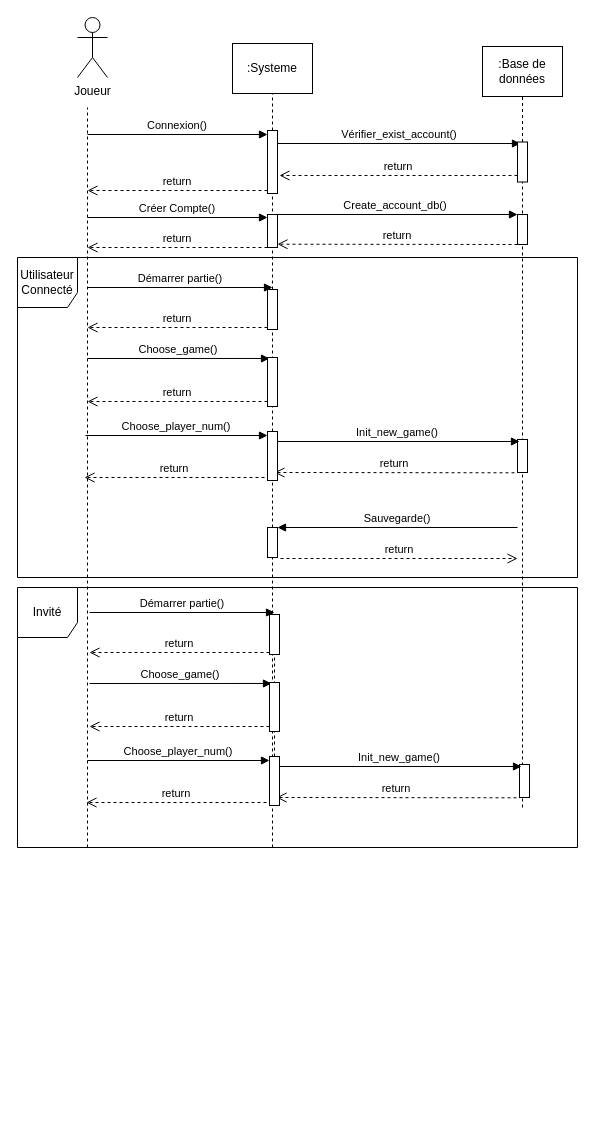
MailineN/ProjetInfo2A keeps this draw.io diagram as Diagrams/Sequence Diagram Main Interactions.drawio. Above is the earlier version. Source tidied: cells renumbered, new cells numbered last; positions are measured from the earlier drawing's top-left corner, leaving out a move shared by most shapes. Both pictures are drawn from the tidied source at 100%, with x=0, y=0 at pixel (17, 17).
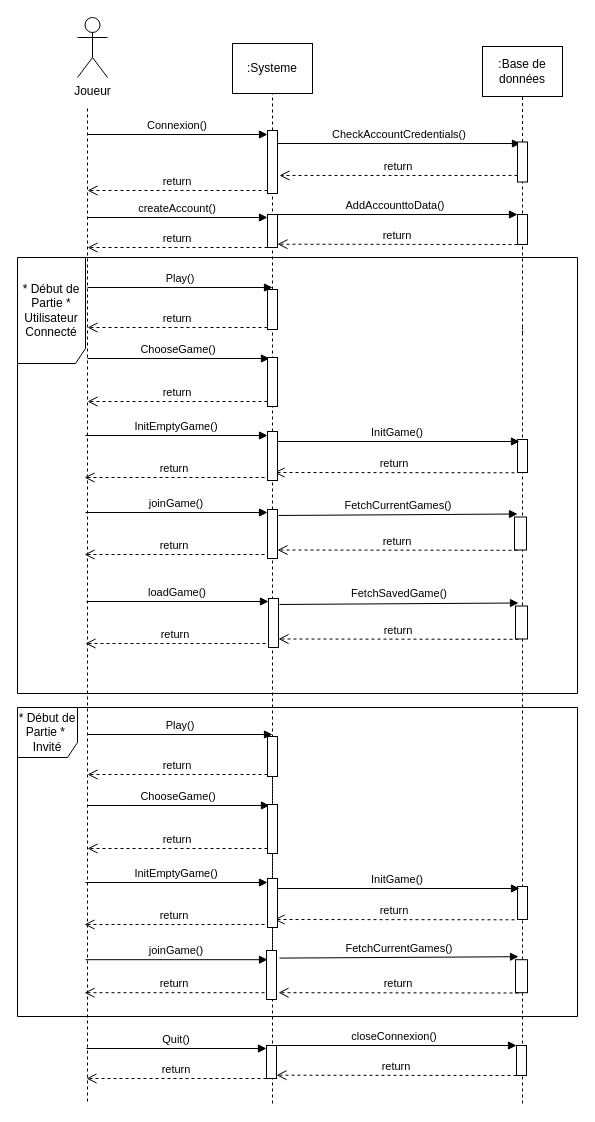
Above is the later version.

The change refers to these unchanged cells:
```xml
<mxCell id="26" style="points=[];perimeter=orthogonalPerimeter;rounded=0;shadow=0;strokeWidth=1;" parent="1" vertex="1">
  <mxGeometry x="500" y="124.5" width="10" height="40" as="geometry" />
</mxCell>
<mxCell id="36" style="points=[];perimeter=orthogonalPerimeter;rounded=0;shadow=0;strokeWidth=1;" parent="1" vertex="1">
  <mxGeometry x="250" y="340" width="10" height="49" as="geometry" />
</mxCell>
<mxCell id="39" style="points=[];perimeter=orthogonalPerimeter;rounded=0;shadow=0;strokeWidth=1;" parent="1" vertex="1">
  <mxGeometry x="250" y="414" width="10" height="49" as="geometry" />
</mxCell>
```

The edit, as a diff of the source:
```diff
@@
+    <mxCell id="24" value="* Début de Partie *&amp;nbsp;&lt;br&gt;Invité" style="shape=umlFrame;whiteSpace=wrap;html=1;fillColor=none;width=60;height=50;" parent="1" vertex="1">
+      <mxGeometry y="690" width="560" height="309" as="geometry" />
+    </mxCell>
-    <mxCell id="2" value="Utilisateur Connecté" style="shape=umlFrame;whiteSpace=wrap;html=1;fillColor=none;width=60;height=50;" parent="1" vertex="1">
-      <mxGeometry y="240" width="560" height="320" as="geometry" />
+    <mxCell id="2" value="* Début de Partie * Utilisateur Connecté" style="shape=umlFrame;whiteSpace=wrap;html=1;fillColor=none;width=68;height=106;" parent="1" vertex="1">
+      <mxGeometry y="240" width="560" height="436" as="geometry" />
     </mxCell>
@@
     <mxCell id="6" style="endArrow=none;dashed=1;html=1;" parent="1" edge="1">
       <mxGeometry relative="1" as="geometry">
-        <mxPoint x="70" y="830" as="sourcePoint" />
+        <mxPoint x="70" y="1084" as="sourcePoint" />
         <mxPoint x="70" y="90" as="targetPoint" />
       </mxGeometry>
     </mxCell>
@@
     <mxCell id="12" style="endArrow=none;dashed=1;html=1;" parent="1" edge="1">
       <mxGeometry relative="1" as="geometry">
-        <mxPoint x="505" y="790" as="sourcePoint" />
+        <mxPoint x="505" y="1086" as="sourcePoint" />
         <mxPoint x="505" y="310" as="targetPoint" />
       </mxGeometry>
     </mxCell>
@@
-    <mxCell id="14" value="Créer Compte()" style="verticalAlign=bottom;endArrow=block;entryX=0;entryY=0;shadow=0;strokeWidth=1;" parent="1" edge="1">
+    <mxCell id="14" value="createAccount()" style="verticalAlign=bottom;endArrow=block;entryX=0;entryY=0;shadow=0;strokeWidth=1;" parent="1" edge="1">
       <mxGeometry relative="1" as="geometry">
         <mxPoint x="70" y="200" as="sourcePoint" />
         <mxPoint x="250" y="200" as="targetPoint" />
       </mxGeometry>
     </mxCell>
@@
-    <mxCell id="17" value="Démarrer partie()" style="verticalAlign=bottom;endArrow=block;shadow=0;strokeWidth=1;" parent="1" edge="1">
+    <mxCell id="17" value="Play()" style="verticalAlign=bottom;endArrow=block;shadow=0;strokeWidth=1;" parent="1" edge="1">
       <mxGeometry relative="1" as="geometry">
         <mxPoint x="70" y="270" as="sourcePoint" />
         <mxPoint x="255" y="270" as="targetPoint" />
       </mxGeometry>
     </mxCell>
@@
-    <mxCell id="20" style="points=[];perimeter=orthogonalPerimeter;rounded=0;shadow=0;strokeWidth=1;" parent="1" vertex="1">
-      <mxGeometry x="250" y="510" width="10" height="30" as="geometry" />
-    </mxCell>
-    <mxCell id="21" style="endArrow=none;dashed=1;html=1;" parent="1" edge="1" target="20">
+    <mxCell id="21" style="endArrow=none;dashed=1;html=1;" parent="1" edge="1">
       <mxGeometry relative="1" as="geometry">
-        <mxPoint x="255" y="830" as="sourcePoint" />
+        <mxPoint x="255" y="1086" as="sourcePoint" />
+        <mxPoint x="255" y="540" as="targetPoint" />
       </mxGeometry>
     </mxCell>
-    <mxCell id="22" value="return" style="verticalAlign=bottom;endArrow=open;dashed=1;endSize=8;exitX=1.3;exitY=1.033;shadow=0;strokeWidth=1;exitDx=0;exitDy=0;exitPerimeter=0;" parent="1" edge="1" source="20">
-      <mxGeometry relative="1" as="geometry">
-        <mxPoint x="500" y="541" as="targetPoint" />
-      </mxGeometry>
-    </mxCell>
-    <mxCell id="23" value="Sauvegarde()" style="verticalAlign=bottom;endArrow=block;entryX=1;entryY=0;shadow=0;strokeWidth=1;entryDx=0;entryDy=0;entryPerimeter=0;" parent="1" edge="1" target="20">
-      <mxGeometry relative="1" as="geometry">
-        <mxPoint x="500" y="510" as="sourcePoint" />
-      </mxGeometry>
-    </mxCell>
-    <mxCell id="24" value="Invité" style="shape=umlFrame;whiteSpace=wrap;html=1;fillColor=none;width=60;height=50;" parent="1" vertex="1">
-      <mxGeometry y="570" width="560" height="260" as="geometry" />
-    </mxCell>
-    <mxCell id="25" value="Vérifier_exist_account()" style="verticalAlign=bottom;endArrow=block;entryX=0.3;entryY=0.038;shadow=0;strokeWidth=1;entryDx=0;entryDy=0;entryPerimeter=0;" parent="1" edge="1" target="26">
+    <mxCell id="25" value="CheckAccountCredentials()" style="verticalAlign=bottom;endArrow=block;entryX=0.3;entryY=0.038;shadow=0;strokeWidth=1;entryDx=0;entryDy=0;entryPerimeter=0;" parent="1" edge="1" target="26">
       <mxGeometry relative="1" as="geometry">
         <mxPoint x="260" y="126" as="sourcePoint" />
       </mxGeometry>
     </mxCell>
@@
-    <mxCell id="29" value="Create_account_db()" style="verticalAlign=bottom;endArrow=block;entryX=0;entryY=0;shadow=0;strokeWidth=1;" parent="1" edge="1">
+    <mxCell id="29" value="AddAccounttoData()" style="verticalAlign=bottom;endArrow=block;entryX=0;entryY=0;shadow=0;strokeWidth=1;" parent="1" edge="1">
       <mxGeometry relative="1" as="geometry">
         <mxPoint x="255" y="197" as="sourcePoint" />
         <mxPoint x="500" y="197" as="targetPoint" />
       </mxGeometry>
     </mxCell>
@@
-    <mxCell id="34" value="Choose_game()" style="verticalAlign=bottom;endArrow=block;shadow=0;strokeWidth=1;entryX=0.2;entryY=0.02;entryDx=0;entryDy=0;entryPerimeter=0;" parent="1" edge="1" target="36">
+    <mxCell id="34" value="ChooseGame()" style="verticalAlign=bottom;endArrow=block;shadow=0;strokeWidth=1;entryX=0.2;entryY=0.02;entryDx=0;entryDy=0;entryPerimeter=0;" parent="1" edge="1" target="36">
       <mxGeometry relative="1" as="geometry">
         <mxPoint x="70" y="341" as="sourcePoint" />
       </mxGeometry>
     </mxCell>
@@
-    <mxCell id="37" value="Init_new_game()" style="verticalAlign=bottom;endArrow=block;entryX=0;entryY=0;shadow=0;strokeWidth=1;" parent="1" edge="1">
+    <mxCell id="37" value="InitGame()" style="verticalAlign=bottom;endArrow=block;entryX=0;entryY=0;shadow=0;strokeWidth=1;" parent="1" edge="1">
       <mxGeometry relative="1" as="geometry">
         <mxPoint x="257" y="424" as="sourcePoint" />
         <mxPoint x="502" y="424" as="targetPoint" />
       </mxGeometry>
     </mxCell>
@@
-    <mxCell id="40" style="endArrow=none;dashed=1;html=1;" parent="1" edge="1" source="20" target="39">
-      <mxGeometry relative="1" as="geometry" />
+    <mxCell id="40" style="endArrow=none;dashed=1;html=1;" parent="1" edge="1" target="39">
+      <mxGeometry relative="1" as="geometry">
+        <mxPoint x="255" y="510" as="sourcePoint" />
+      </mxGeometry>
     </mxCell>
-    <mxCell id="41" value="Choose_player_num()" style="verticalAlign=bottom;endArrow=block;shadow=0;strokeWidth=1;entryX=0.2;entryY=0.02;entryDx=0;entryDy=0;entryPerimeter=0;" parent="1" edge="1">
+    <mxCell id="41" value="InitEmptyGame()" style="verticalAlign=bottom;endArrow=block;shadow=0;strokeWidth=1;entryX=0.2;entryY=0.02;entryDx=0;entryDy=0;entryPerimeter=0;" parent="1" edge="1">
       <mxGeometry relative="1" as="geometry">
         <mxPoint x="68" y="418" as="sourcePoint" />
         <mxPoint x="250" y="418" as="targetPoint" />
       </mxGeometry>
     </mxCell>
@@
-    <mxCell id="43" value="Démarrer partie()" style="verticalAlign=bottom;endArrow=block;shadow=0;strokeWidth=1;" parent="1" edge="1">
-      <mxGeometry relative="1" as="geometry">
-        <mxPoint x="72" y="595" as="sourcePoint" />
-        <mxPoint x="257" y="595" as="targetPoint" />
-      </mxGeometry>
-    </mxCell>
-    <mxCell id="44" value="return" style="verticalAlign=bottom;endArrow=open;dashed=1;endSize=8;shadow=0;strokeWidth=1;" parent="1" edge="1" source="46">
-      <mxGeometry relative="1" as="geometry">
-        <mxPoint x="72" y="635" as="targetPoint" />
-      </mxGeometry>
-    </mxCell>
-    <mxCell id="45" style="perimeter=orthogonalPerimeter;rounded=0;shadow=0;strokeWidth=1;" parent="1" vertex="1">
-      <mxGeometry x="502" y="747" width="10" height="33" as="geometry" />
-    </mxCell>
-    <mxCell id="46" style="points=[];perimeter=orthogonalPerimeter;rounded=0;shadow=0;strokeWidth=1;" parent="1" vertex="1">
-      <mxGeometry x="252" y="597" width="10" height="40" as="geometry" />
-    </mxCell>
-    <mxCell id="47" style="endArrow=none;dashed=1;html=1;" parent="1" edge="1" source="53" target="46">
-      <mxGeometry relative="1" as="geometry" />
-    </mxCell>
-    <mxCell id="48" value="Choose_game()" style="verticalAlign=bottom;endArrow=block;shadow=0;strokeWidth=1;entryX=0.2;entryY=0.02;entryDx=0;entryDy=0;entryPerimeter=0;" parent="1" edge="1" target="50">
-      <mxGeometry relative="1" as="geometry">
-        <mxPoint x="72" y="666" as="sourcePoint" />
-      </mxGeometry>
-    </mxCell>
-    <mxCell id="49" value="return" style="verticalAlign=bottom;endArrow=open;dashed=1;endSize=8;shadow=0;strokeWidth=1;" parent="1" edge="1" source="50">
-      <mxGeometry relative="1" as="geometry">
-        <mxPoint x="72" y="709" as="targetPoint" />
-      </mxGeometry>
-    </mxCell>
-    <mxCell id="50" style="points=[];perimeter=orthogonalPerimeter;rounded=0;shadow=0;strokeWidth=1;" parent="1" vertex="1">
-      <mxGeometry x="252" y="665" width="10" height="49" as="geometry" />
-    </mxCell>
-    <mxCell id="51" value="Init_new_game()" style="verticalAlign=bottom;endArrow=block;entryX=0;entryY=0;shadow=0;strokeWidth=1;" parent="1" edge="1">
-      <mxGeometry relative="1" as="geometry">
-        <mxPoint x="259" y="749" as="sourcePoint" />
-        <mxPoint x="504" y="749" as="targetPoint" />
-      </mxGeometry>
-    </mxCell>
-    <mxCell id="52" value="return" style="verticalAlign=bottom;endArrow=open;dashed=1;endSize=8;exitX=0;exitY=0.95;shadow=0;strokeWidth=1;entryX=1;entryY=0.9;entryDx=0;entryDy=0;entryPerimeter=0;" parent="1" edge="1">
-      <mxGeometry relative="1" as="geometry">
-        <mxPoint x="499" y="780.3" as="sourcePoint" />
-        <mxPoint x="259" y="780" as="targetPoint" />
-      </mxGeometry>
-    </mxCell>
-    <mxCell id="53" style="points=[];perimeter=orthogonalPerimeter;rounded=0;shadow=0;strokeWidth=1;" parent="1" vertex="1">
-      <mxGeometry x="252" y="739" width="10" height="49" as="geometry" />
-    </mxCell>
-    <mxCell id="54" value="Choose_player_num()" style="verticalAlign=bottom;endArrow=block;shadow=0;strokeWidth=1;entryX=0.2;entryY=0.02;entryDx=0;entryDy=0;entryPerimeter=0;" parent="1" edge="1">
-      <mxGeometry relative="1" as="geometry">
-        <mxPoint x="70" y="743" as="sourcePoint" />
-        <mxPoint x="252" y="743" as="targetPoint" />
-      </mxGeometry>
-    </mxCell>
-    <mxCell id="55" value="return" style="verticalAlign=bottom;endArrow=open;dashed=1;endSize=8;shadow=0;strokeWidth=1;" parent="1" edge="1">
-      <mxGeometry relative="1" as="geometry">
-        <mxPoint x="249" y="785" as="sourcePoint" />
-        <mxPoint x="69" y="785" as="targetPoint" />
-      </mxGeometry>
-    </mxCell>
+    <mxCell id="56" style="points=[];perimeter=orthogonalPerimeter;rounded=0;shadow=0;strokeWidth=1;" parent="1" vertex="1">
+      <mxGeometry x="250" y="492" width="10" height="49" as="geometry" />
+    </mxCell>
+    <mxCell id="57" value="joinGame()" style="verticalAlign=bottom;endArrow=block;shadow=0;strokeWidth=1;entryX=0.2;entryY=0.02;entryDx=0;entryDy=0;entryPerimeter=0;" parent="1" edge="1">
+      <mxGeometry relative="1" as="geometry">
+        <mxPoint x="68" y="495" as="sourcePoint" />
+        <mxPoint x="250" y="495" as="targetPoint" />
+      </mxGeometry>
+    </mxCell>
+    <mxCell id="58" value="return" style="verticalAlign=bottom;endArrow=open;dashed=1;endSize=8;shadow=0;strokeWidth=1;" parent="1" edge="1">
+      <mxGeometry relative="1" as="geometry">
+        <mxPoint x="247" y="537" as="sourcePoint" />
+        <mxPoint x="67" y="537" as="targetPoint" />
+      </mxGeometry>
+    </mxCell>
+    <mxCell id="59" style="perimeter=orthogonalPerimeter;rounded=0;shadow=0;strokeWidth=1;" parent="1" vertex="1">
+      <mxGeometry x="497" y="499.5" width="12" height="33" as="geometry" />
+    </mxCell>
+    <mxCell id="60" value="FetchCurrentGames()" style="verticalAlign=bottom;endArrow=block;shadow=0;strokeWidth=1;exitX=1.1;exitY=0.122;exitDx=0;exitDy=0;exitPerimeter=0;" parent="1" edge="1" source="56">
+      <mxGeometry relative="1" as="geometry">
+        <mxPoint x="500" y="496.5" as="targetPoint" />
+      </mxGeometry>
+    </mxCell>
+    <mxCell id="61" value="return" style="verticalAlign=bottom;endArrow=open;dashed=1;endSize=8;exitX=0;exitY=0.95;shadow=0;strokeWidth=1;entryX=1;entryY=0.9;entryDx=0;entryDy=0;entryPerimeter=0;" parent="1" edge="1">
+      <mxGeometry relative="1" as="geometry">
+        <mxPoint x="500" y="532.8" as="sourcePoint" />
+        <mxPoint x="260" y="532.5" as="targetPoint" />
+      </mxGeometry>
+    </mxCell>
+    <mxCell id="62" style="points=[];perimeter=orthogonalPerimeter;rounded=0;shadow=0;strokeWidth=1;" parent="1" vertex="1">
+      <mxGeometry x="251" y="581" width="10" height="49" as="geometry" />
+    </mxCell>
+    <mxCell id="63" value="loadGame()" style="verticalAlign=bottom;endArrow=block;shadow=0;strokeWidth=1;entryX=0.2;entryY=0.02;entryDx=0;entryDy=0;entryPerimeter=0;" parent="1" edge="1">
+      <mxGeometry relative="1" as="geometry">
+        <mxPoint x="69" y="584" as="sourcePoint" />
+        <mxPoint x="251" y="584" as="targetPoint" />
+      </mxGeometry>
+    </mxCell>
+    <mxCell id="64" value="return" style="verticalAlign=bottom;endArrow=open;dashed=1;endSize=8;shadow=0;strokeWidth=1;" parent="1" edge="1">
+      <mxGeometry relative="1" as="geometry">
+        <mxPoint x="248" y="626" as="sourcePoint" />
+        <mxPoint x="68" y="626" as="targetPoint" />
+      </mxGeometry>
+    </mxCell>
+    <mxCell id="65" style="perimeter=orthogonalPerimeter;rounded=0;shadow=0;strokeWidth=1;" parent="1" vertex="1">
+      <mxGeometry x="498" y="588.5" width="12" height="33" as="geometry" />
+    </mxCell>
+    <mxCell id="66" value="FetchSavedGame()" style="verticalAlign=bottom;endArrow=block;shadow=0;strokeWidth=1;exitX=1.1;exitY=0.122;exitDx=0;exitDy=0;exitPerimeter=0;" parent="1" edge="1" source="62">
+      <mxGeometry y="1" relative="1" as="geometry">
+        <mxPoint x="501" y="585.5" as="targetPoint" />
+      </mxGeometry>
+    </mxCell>
+    <mxCell id="67" value="return" style="verticalAlign=bottom;endArrow=open;dashed=1;endSize=8;exitX=0;exitY=0.95;shadow=0;strokeWidth=1;entryX=1;entryY=0.9;entryDx=0;entryDy=0;entryPerimeter=0;" parent="1" edge="1">
+      <mxGeometry relative="1" as="geometry">
+        <mxPoint x="501" y="621.8" as="sourcePoint" />
+        <mxPoint x="261" y="621.5" as="targetPoint" />
+      </mxGeometry>
+    </mxCell>
+    <mxCell id="68" value="Play()" style="verticalAlign=bottom;endArrow=block;shadow=0;strokeWidth=1;" parent="1" edge="1">
+      <mxGeometry relative="1" as="geometry">
+        <mxPoint x="70" y="717" as="sourcePoint" />
+        <mxPoint x="255" y="717" as="targetPoint" />
+      </mxGeometry>
+    </mxCell>
+    <mxCell id="69" value="return" style="verticalAlign=bottom;endArrow=open;dashed=1;endSize=8;shadow=0;strokeWidth=1;" parent="1" edge="1" source="71">
+      <mxGeometry relative="1" as="geometry">
+        <mxPoint x="70" y="757" as="targetPoint" />
+      </mxGeometry>
+    </mxCell>
+    <mxCell id="70" style="perimeter=orthogonalPerimeter;rounded=0;shadow=0;strokeWidth=1;" parent="1" vertex="1">
+      <mxGeometry x="500" y="869" width="10" height="33" as="geometry" />
+    </mxCell>
+    <mxCell id="71" style="points=[];perimeter=orthogonalPerimeter;rounded=0;shadow=0;strokeWidth=1;" parent="1" vertex="1">
+      <mxGeometry x="250" y="719" width="10" height="40" as="geometry" />
+    </mxCell>
+    <mxCell id="72" style="endArrow=none;dashed=1;html=1;" parent="1" edge="1" source="78" target="71">
+      <mxGeometry relative="1" as="geometry" />
+    </mxCell>
+    <mxCell id="73" value="ChooseGame()" style="verticalAlign=bottom;endArrow=block;shadow=0;strokeWidth=1;entryX=0.2;entryY=0.02;entryDx=0;entryDy=0;entryPerimeter=0;" parent="1" edge="1" target="75">
+      <mxGeometry relative="1" as="geometry">
+        <mxPoint x="70" y="788" as="sourcePoint" />
+      </mxGeometry>
+    </mxCell>
+    <mxCell id="74" value="return" style="verticalAlign=bottom;endArrow=open;dashed=1;endSize=8;shadow=0;strokeWidth=1;" parent="1" edge="1" source="75">
+      <mxGeometry relative="1" as="geometry">
+        <mxPoint x="70" y="831" as="targetPoint" />
+      </mxGeometry>
+    </mxCell>
+    <mxCell id="75" style="points=[];perimeter=orthogonalPerimeter;rounded=0;shadow=0;strokeWidth=1;" parent="1" vertex="1">
+      <mxGeometry x="250" y="787" width="10" height="49" as="geometry" />
+    </mxCell>
+    <mxCell id="76" value="InitGame()" style="verticalAlign=bottom;endArrow=block;entryX=0;entryY=0;shadow=0;strokeWidth=1;" parent="1" edge="1">
+      <mxGeometry relative="1" as="geometry">
+        <mxPoint x="257" y="871" as="sourcePoint" />
+        <mxPoint x="502" y="871" as="targetPoint" />
+      </mxGeometry>
+    </mxCell>
+    <mxCell id="77" value="return" style="verticalAlign=bottom;endArrow=open;dashed=1;endSize=8;exitX=0;exitY=0.95;shadow=0;strokeWidth=1;entryX=1;entryY=0.9;entryDx=0;entryDy=0;entryPerimeter=0;" parent="1" edge="1">
+      <mxGeometry relative="1" as="geometry">
+        <mxPoint x="497" y="902.3" as="sourcePoint" />
+        <mxPoint x="257" y="902" as="targetPoint" />
+      </mxGeometry>
+    </mxCell>
+    <mxCell id="78" style="points=[];perimeter=orthogonalPerimeter;rounded=0;shadow=0;strokeWidth=1;" parent="1" vertex="1">
+      <mxGeometry x="250" y="861" width="10" height="49" as="geometry" />
+    </mxCell>
+    <mxCell id="79" style="endArrow=none;dashed=1;html=1;" parent="1" edge="1" target="78">
+      <mxGeometry relative="1" as="geometry">
+        <mxPoint x="255" y="957" as="sourcePoint" />
+      </mxGeometry>
+    </mxCell>
+    <mxCell id="80" value="InitEmptyGame()" style="verticalAlign=bottom;endArrow=block;shadow=0;strokeWidth=1;entryX=0.2;entryY=0.02;entryDx=0;entryDy=0;entryPerimeter=0;" parent="1" edge="1">
+      <mxGeometry relative="1" as="geometry">
+        <mxPoint x="68" y="865" as="sourcePoint" />
+        <mxPoint x="250" y="865" as="targetPoint" />
+      </mxGeometry>
+    </mxCell>
+    <mxCell id="81" value="return" style="verticalAlign=bottom;endArrow=open;dashed=1;endSize=8;shadow=0;strokeWidth=1;" parent="1" edge="1">
+      <mxGeometry relative="1" as="geometry">
+        <mxPoint x="247" y="907" as="sourcePoint" />
+        <mxPoint x="67" y="907" as="targetPoint" />
+      </mxGeometry>
+    </mxCell>
+    <mxCell id="82" style="perimeter=orthogonalPerimeter;rounded=0;shadow=0;strokeWidth=1;" parent="1" vertex="1">
+      <mxGeometry x="249" y="933" width="10" height="49" as="geometry" />
+    </mxCell>
+    <mxCell id="83" value="joinGame()" style="verticalAlign=bottom;endArrow=block;shadow=0;strokeWidth=1;entryX=0.2;entryY=0.02;entryDx=0;entryDy=0;entryPerimeter=0;" parent="1" edge="1">
+      <mxGeometry relative="1" as="geometry">
+        <mxPoint x="68" y="942.2" as="sourcePoint" />
+        <mxPoint x="250" y="942.2" as="targetPoint" />
+      </mxGeometry>
+    </mxCell>
+    <mxCell id="84" value="return" style="verticalAlign=bottom;endArrow=open;dashed=1;endSize=8;shadow=0;strokeWidth=1;" parent="1" edge="1">
+      <mxGeometry relative="1" as="geometry">
+        <mxPoint x="247" y="975.2" as="sourcePoint" />
+        <mxPoint x="67" y="975.2" as="targetPoint" />
+      </mxGeometry>
+    </mxCell>
+    <mxCell id="85" style="perimeter=orthogonalPerimeter;rounded=0;shadow=0;strokeWidth=1;" parent="1" vertex="1">
+      <mxGeometry x="498" y="942.2" width="12" height="33" as="geometry" />
+    </mxCell>
+    <mxCell id="86" value="FetchCurrentGames()" style="verticalAlign=bottom;endArrow=block;shadow=0;strokeWidth=1;exitX=1.1;exitY=0.122;exitDx=0;exitDy=0;exitPerimeter=0;" parent="1" edge="1">
+      <mxGeometry relative="1" as="geometry">
+        <mxPoint x="262" y="940.6" as="sourcePoint" />
+        <mxPoint x="501" y="939.2" as="targetPoint" />
+      </mxGeometry>
+    </mxCell>
+    <mxCell id="87" value="return" style="verticalAlign=bottom;endArrow=open;dashed=1;endSize=8;exitX=0;exitY=0.95;shadow=0;strokeWidth=1;entryX=1;entryY=0.9;entryDx=0;entryDy=0;entryPerimeter=0;" parent="1" edge="1">
+      <mxGeometry relative="1" as="geometry">
+        <mxPoint x="501" y="975.5" as="sourcePoint" />
+        <mxPoint x="261" y="975.2" as="targetPoint" />
+      </mxGeometry>
+    </mxCell>
+    <mxCell id="88" value="Quit()" style="verticalAlign=bottom;endArrow=block;entryX=0;entryY=0;shadow=0;strokeWidth=1;" parent="1" edge="1">
+      <mxGeometry relative="1" as="geometry">
+        <mxPoint x="69" y="1031" as="sourcePoint" />
+        <mxPoint x="249" y="1031" as="targetPoint" />
+      </mxGeometry>
+    </mxCell>
+    <mxCell id="89" value="return" style="verticalAlign=bottom;endArrow=open;dashed=1;endSize=8;exitX=0;exitY=0.95;shadow=0;strokeWidth=1;" parent="1" edge="1">
+      <mxGeometry relative="1" as="geometry">
+        <mxPoint x="249" y="1061" as="sourcePoint" />
+        <mxPoint x="69" y="1061" as="targetPoint" />
+      </mxGeometry>
+    </mxCell>
+    <mxCell id="90" style="points=[];perimeter=orthogonalPerimeter;rounded=0;shadow=0;strokeWidth=1;" parent="1" vertex="1">
+      <mxGeometry x="249" y="1028" width="10" height="33" as="geometry" />
+    </mxCell>
+    <mxCell id="91" value="closeConnexion()" style="verticalAlign=bottom;endArrow=block;entryX=0;entryY=0;shadow=0;strokeWidth=1;" parent="1" edge="1">
+      <mxGeometry relative="1" as="geometry">
+        <mxPoint x="254" y="1028" as="sourcePoint" />
+        <mxPoint x="499" y="1028" as="targetPoint" />
+      </mxGeometry>
+    </mxCell>
+    <mxCell id="92" value="return" style="verticalAlign=bottom;endArrow=open;dashed=1;endSize=8;exitX=0;exitY=0.95;shadow=0;strokeWidth=1;entryX=1;entryY=0.9;entryDx=0;entryDy=0;entryPerimeter=0;" parent="1" edge="1" target="90">
+      <mxGeometry relative="1" as="geometry">
+        <mxPoint x="499" y="1058" as="sourcePoint" />
+      </mxGeometry>
+    </mxCell>
+    <mxCell id="93" style="perimeter=orthogonalPerimeter;rounded=0;shadow=0;strokeWidth=1;" parent="1" vertex="1">
+      <mxGeometry x="499" y="1028" width="10" height="30" as="geometry" />
+    </mxCell>
```
